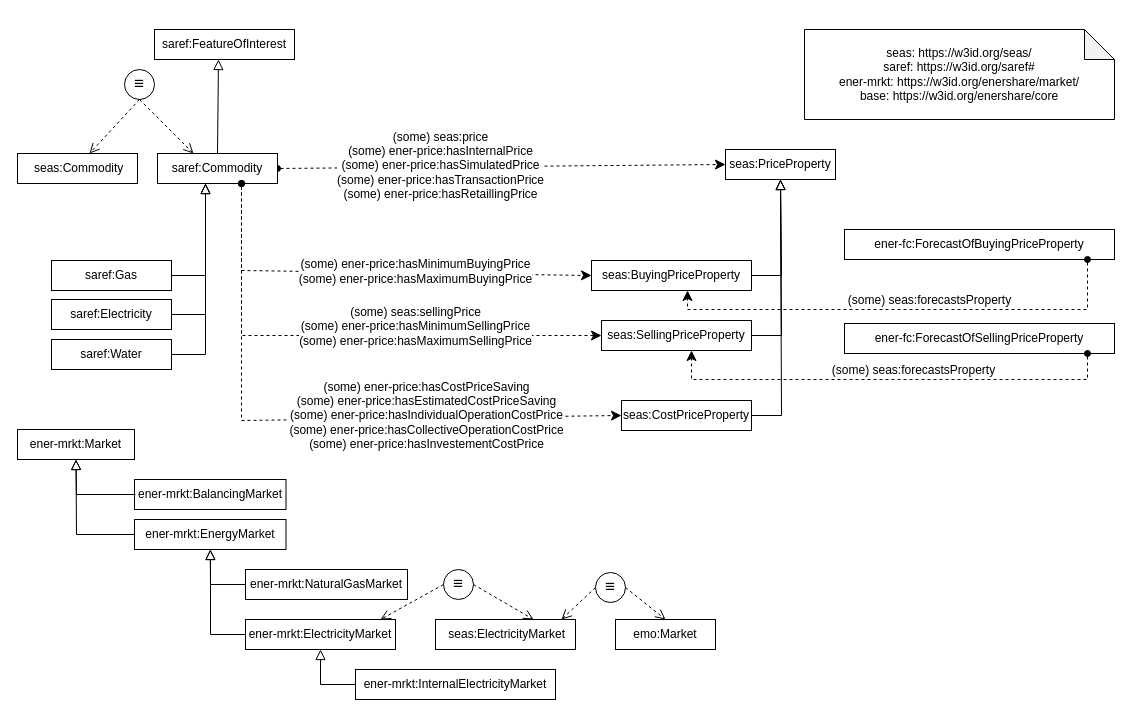
Above: page "pricing-market" (2 of 12) of SDMPilotsDiagrams/Harmonized-SDM-Pilot2-V1.7.drawio in EnershareProject/EnershareOntologies (draw.io), before the change. Source tidied: cells renumbered, new cells numbered last; positions are measured from the earlier drawing's top-left corner, leaving out a move shared by most shapes. Both pictures are drawn from the tidied source at 100%, with x=0, y=0 at pixel (17, 29).
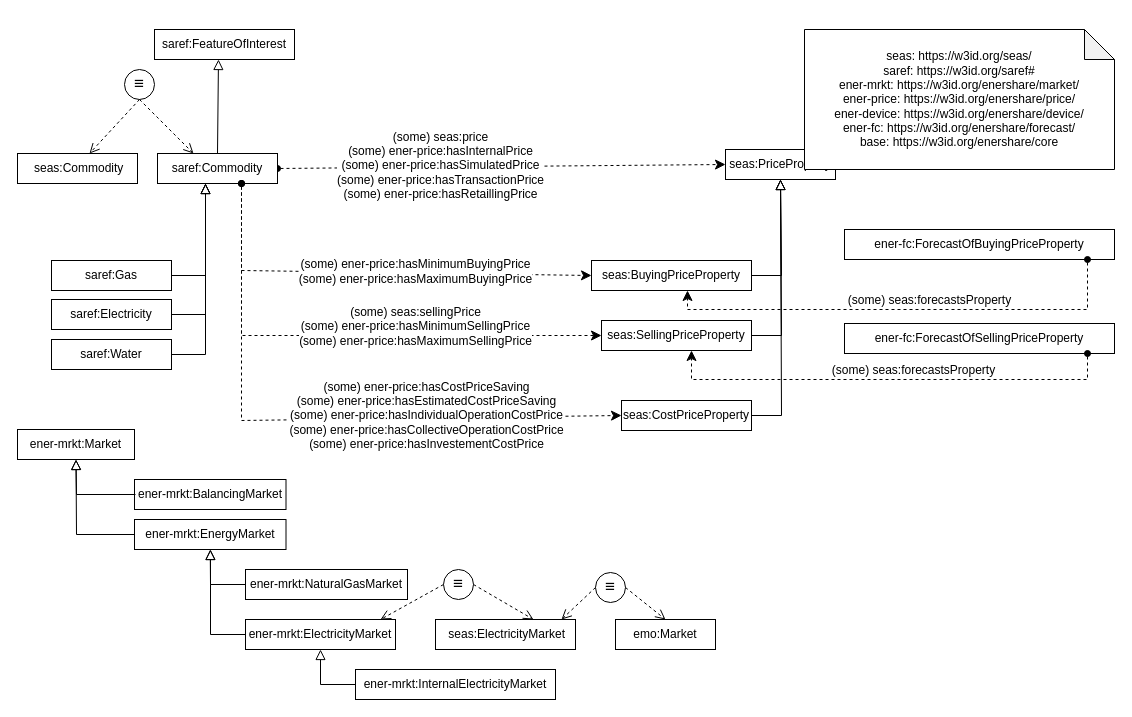
After the change.

Change to the diagram source:
```diff
@@
-    <mxCell id="36" value="&lt;div&gt;&lt;/div&gt;&lt;div style=&quot;&quot;&gt;&lt;div style=&quot;border-color: var(--border-color);&quot;&gt;&amp;nbsp;&lt;/div&gt;&lt;div style=&quot;border-color: var(--border-color);&quot;&gt;&lt;br&gt;&lt;/div&gt;&lt;div style=&quot;border-color: var(--border-color);&quot;&gt;seas: https://w3id.org/seas/&lt;br style=&quot;border-color: var(--border-color);&quot;&gt;&lt;/div&gt;&lt;div style=&quot;border-color: var(--border-color);&quot;&gt;&lt;span style=&quot;border-color: var(--border-color); background-color: initial;&quot;&gt;saref: https://w3id.org/saref#&lt;/span&gt;&lt;/div&gt;&lt;div style=&quot;border-color: var(--border-color);&quot;&gt;&lt;span style=&quot;background-color: initial;&quot;&gt;ener-mrkt:&amp;nbsp;https://w3id.org/enershare/market/&lt;/span&gt;&lt;br&gt;&lt;/div&gt;&lt;/div&gt;&lt;div style=&quot;&quot;&gt;&lt;div style=&quot;border-color: var(--border-color);&quot;&gt;&lt;div style=&quot;border-color: var(--border-color);&quot;&gt;&lt;span style=&quot;background-color: initial;&quot;&gt;base:&amp;nbsp;https://w3id.org/enershare/core&lt;/span&gt;&lt;br&gt;&lt;/div&gt;&lt;div style=&quot;border-color: var(--border-color);&quot;&gt;&lt;div style=&quot;border-color: var(--border-color);&quot;&gt;&lt;/div&gt;&lt;/div&gt;&lt;div&gt;&lt;br&gt;&lt;br&gt;&lt;/div&gt;&lt;/div&gt;&lt;div style=&quot;border-color: var(--border-color);&quot;&gt;&lt;/div&gt;&lt;/div&gt;" style="shape=note;whiteSpace=wrap;html=1;backgroundOutline=1;darkOpacity=0.05;" parent="1" vertex="1">
-      <mxGeometry x="787" width="310" height="90" as="geometry" />
+    <mxCell id="36" value="&lt;div&gt;&lt;/div&gt;&lt;div style=&quot;&quot;&gt;&lt;div style=&quot;border-color: var(--border-color);&quot;&gt;&amp;nbsp;&lt;/div&gt;&lt;div style=&quot;border-color: var(--border-color);&quot;&gt;&lt;br&gt;&lt;/div&gt;&lt;div style=&quot;border-color: var(--border-color);&quot;&gt;seas: https://w3id.org/seas/&lt;br style=&quot;border-color: var(--border-color);&quot;&gt;&lt;/div&gt;&lt;div style=&quot;border-color: var(--border-color);&quot;&gt;&lt;span style=&quot;border-color: var(--border-color); background-color: initial;&quot;&gt;saref: https://w3id.org/saref#&lt;/span&gt;&lt;/div&gt;&lt;div style=&quot;border-color: var(--border-color);&quot;&gt;&lt;span style=&quot;background-color: initial;&quot;&gt;ener-mrkt:&amp;nbsp;https://w3id.org/enershare/market/&lt;/span&gt;&lt;br&gt;&lt;/div&gt;&lt;div style=&quot;border-color: var(--border-color);&quot;&gt;ener-price:&amp;nbsp;https://w3id.org/enershare/price/&lt;span style=&quot;background-color: initial;&quot;&gt;&lt;br&gt;&lt;/span&gt;&lt;/div&gt;&lt;div style=&quot;border-color: var(--border-color);&quot;&gt;ener-device:&amp;nbsp;https://w3id.org/enershare/device/&lt;br&gt;&lt;/div&gt;&lt;div style=&quot;border-color: var(--border-color);&quot;&gt;ener-fc:&amp;nbsp;https://w3id.org/enershare/forecast/&lt;br&gt;&lt;/div&gt;&lt;/div&gt;&lt;div style=&quot;&quot;&gt;&lt;div style=&quot;border-color: var(--border-color);&quot;&gt;&lt;div style=&quot;border-color: var(--border-color);&quot;&gt;&lt;span style=&quot;background-color: initial;&quot;&gt;base:&amp;nbsp;https://w3id.org/enershare/core&lt;/span&gt;&lt;br&gt;&lt;/div&gt;&lt;div style=&quot;border-color: var(--border-color);&quot;&gt;&lt;div style=&quot;border-color: var(--border-color);&quot;&gt;&lt;/div&gt;&lt;/div&gt;&lt;div&gt;&lt;br&gt;&lt;br&gt;&lt;/div&gt;&lt;/div&gt;&lt;div style=&quot;border-color: var(--border-color);&quot;&gt;&lt;/div&gt;&lt;/div&gt;" style="shape=note;whiteSpace=wrap;html=1;backgroundOutline=1;darkOpacity=0.05;" parent="1" vertex="1">
+      <mxGeometry x="787" width="310" height="140" as="geometry" />
     </mxCell>
```
